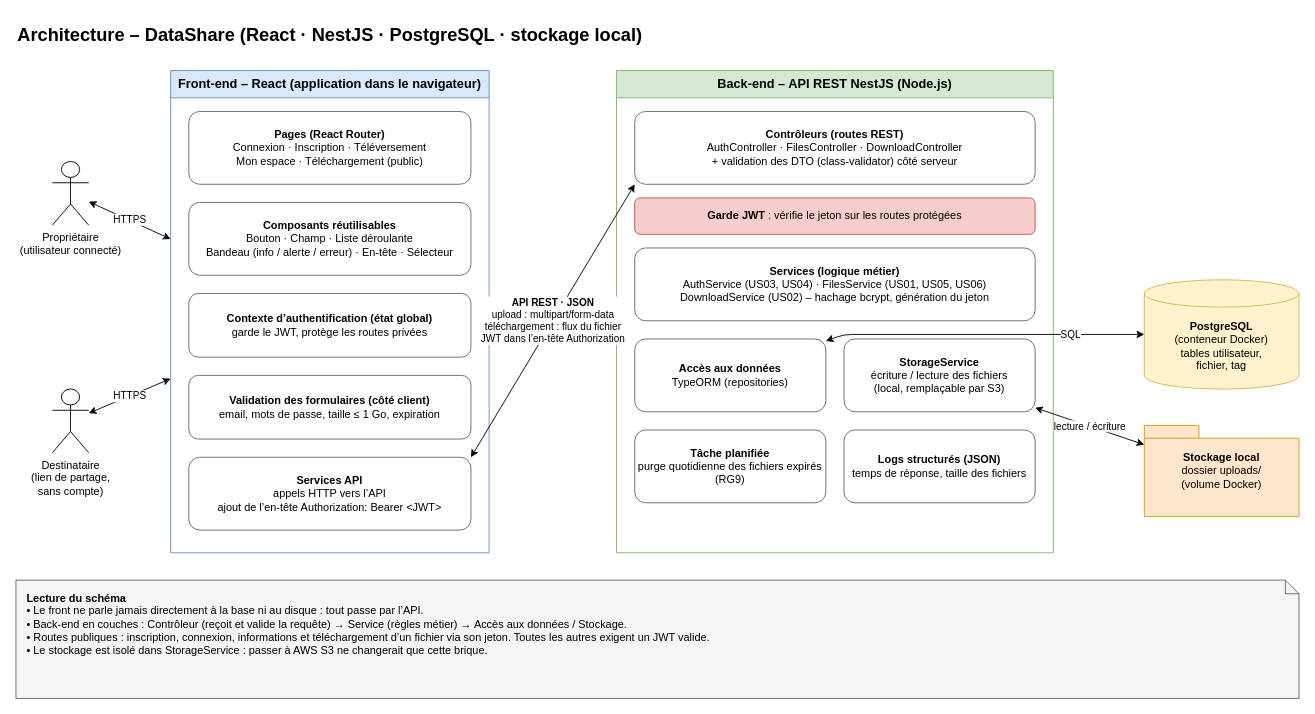
This is docs/conception/architecture-datashare.drawio from yohanbouchet/datashare, a draw.io file, before an edit. Source tidied: cells renumbered, new cells numbered last; positions are measured from the earlier drawing's top-left corner, leaving out a move shared by most shapes. Both pictures are drawn from the tidied source at 91%, with x=0, y=0 at pixel (15, 15).
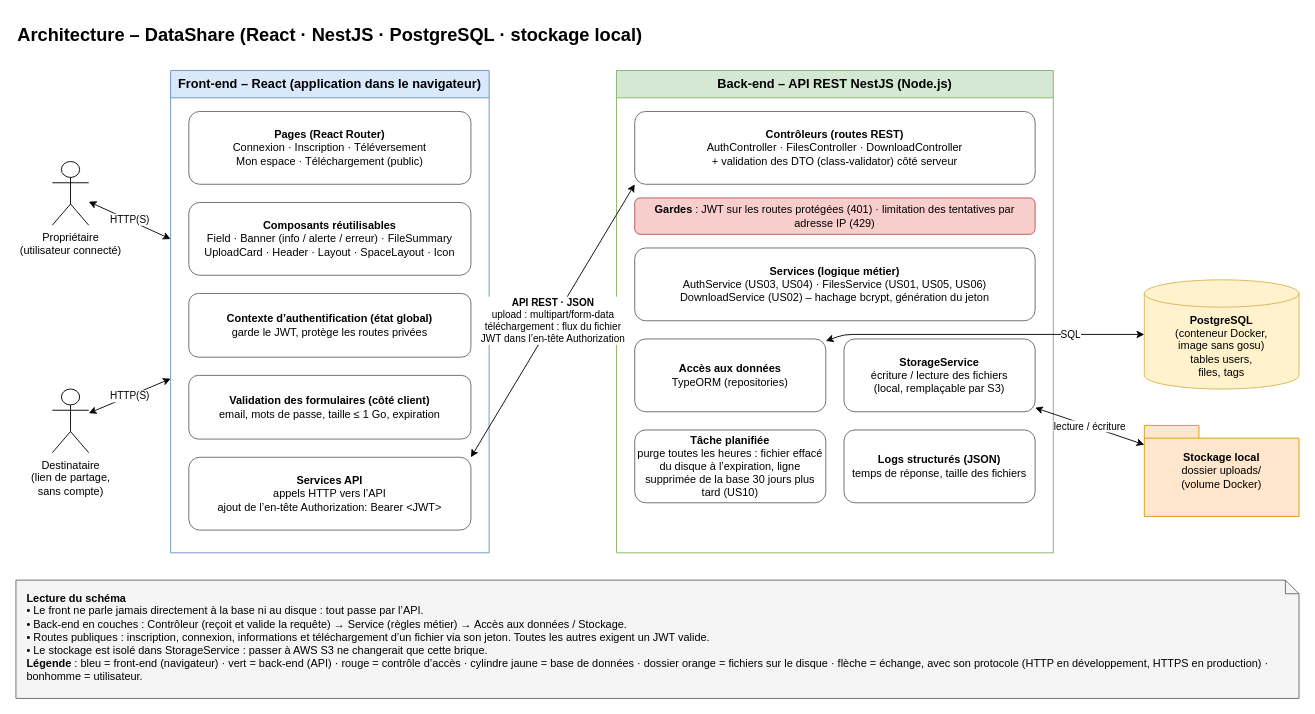
The same diagram, later.

Commit message (it also covers changes not shown here):
docs: technical documentation and refreshed architecture and data model diagrams

The change refers to these unchanged cells:
```xml
<mxCell id="3" value="Propriétaire&lt;br&gt;(utilisateur connecté)" style="shape=umlActor;verticalLabelPosition=bottom;verticalAlign=top;html=1;outlineConnect=0;" parent="1" vertex="1">
  <mxGeometry x="40" y="160" width="40" height="70" as="geometry" />
</mxCell>
<mxCell id="4" value="Destinataire&lt;br&gt;(lien de partage,&lt;br&gt;sans compte)" style="shape=umlActor;verticalLabelPosition=bottom;verticalAlign=top;html=1;outlineConnect=0;" parent="1" vertex="1">
  <mxGeometry x="40" y="410" width="40" height="70" as="geometry" />
</mxCell>
<mxCell id="5" value="Front-end – React (application dans le navigateur)" style="swimlane;whiteSpace=wrap;html=1;startSize=30;fillColor=#dae8fc;strokeColor=#6c8ebf;fontStyle=1;fontSize=14;" parent="1" vertex="1">
  <mxGeometry x="170" y="60" width="350" height="530" as="geometry" />
</mxCell>
<mxCell id="11" value="Back-end – API REST NestJS (Node.js)" style="swimlane;whiteSpace=wrap;html=1;startSize=30;fillColor=#d5e8d4;strokeColor=#82b366;fontStyle=1;fontSize=14;" parent="1" vertex="1">
  <mxGeometry x="660" y="60" width="480" height="530" as="geometry" />
</mxCell>
```

Change to the diagram source:
```diff
@@
-    <mxCell id="7" value="&lt;b&gt;Composants réutilisables&lt;/b&gt;&lt;br&gt;Bouton · Champ · Liste déroulante&lt;br&gt;Bandeau (info / alerte / erreur) · En-tête · Sélecteur" style="rounded=1;whiteSpace=wrap;html=1;fillColor=#ffffff;strokeColor=#666666;fontSize=12;" parent="5" vertex="1">
+    <mxCell id="7" value="&lt;b&gt;Composants réutilisables&lt;/b&gt;&lt;br&gt;Field · Banner (info / alerte / erreur) · FileSummary&lt;br&gt;UploadCard · Header · Layout · SpaceLayout · Icon" style="rounded=1;whiteSpace=wrap;html=1;fillColor=#ffffff;strokeColor=#666666;fontSize=12;" parent="5" vertex="1">
       <mxGeometry x="20" y="145" width="310" height="80" as="geometry" />
     </mxCell>
@@
-    <mxCell id="13" value="&lt;b&gt;Garde JWT&lt;/b&gt; : vérifie le jeton sur les routes protégées" style="rounded=1;whiteSpace=wrap;html=1;fillColor=#f8cecc;strokeColor=#b85450;fontSize=12;" parent="11" vertex="1">
+    <mxCell id="13" value="&lt;b&gt;Gardes&lt;/b&gt; : JWT sur les routes protégées (401) · limitation des tentatives par adresse IP (429)" style="rounded=1;whiteSpace=wrap;html=1;fillColor=#f8cecc;strokeColor=#b85450;fontSize=12;" parent="11" vertex="1">
       <mxGeometry x="20" y="140" width="440" height="40" as="geometry" />
     </mxCell>
@@
-    <mxCell id="17" value="&lt;b&gt;Tâche planifiée&lt;/b&gt;&lt;br&gt;purge quotidienne des fichiers expirés (RG9)" style="rounded=1;whiteSpace=wrap;html=1;fillColor=#ffffff;strokeColor=#666666;fontSize=12;" parent="11" vertex="1">
+    <mxCell id="17" value="&lt;b&gt;Tâche planifiée&lt;/b&gt;&lt;br&gt;purge toutes les heures : fichier effacé du disque à l’expiration, ligne supprimée de la base 30 jours plus tard (US10)" style="rounded=1;whiteSpace=wrap;html=1;fillColor=#ffffff;strokeColor=#666666;fontSize=12;" parent="11" vertex="1">
       <mxGeometry x="20" y="395" width="210" height="80" as="geometry" />
     </mxCell>
@@
-    <mxCell id="19" value="&lt;b&gt;PostgreSQL&lt;/b&gt;&lt;br&gt;(conteneur Docker)&lt;br&gt;tables utilisateur,&lt;br&gt;fichier, tag" style="shape=cylinder3;whiteSpace=wrap;html=1;boundedLbl=1;backgroundOutline=1;size=15;fillColor=#fff2cc;strokeColor=#d6b656;fontSize=12;" parent="1" vertex="1">
+    <mxCell id="19" value="&lt;b&gt;PostgreSQL&lt;/b&gt;&lt;br&gt;(conteneur Docker,&lt;br&gt;image sans gosu)&lt;br&gt;tables users,&lt;br&gt;files, tags" style="shape=cylinder3;whiteSpace=wrap;html=1;boundedLbl=1;backgroundOutline=1;size=15;fillColor=#fff2cc;strokeColor=#d6b656;fontSize=12;" parent="1" vertex="1">
       <mxGeometry x="1240" y="290" width="170" height="120" as="geometry" />
     </mxCell>
@@
-    <mxCell id="21" value="HTTPS" style="html=1;endArrow=classic;startArrow=classic;labelBackgroundColor=#ffffff;fontSize=11;" parent="1" edge="1" source="3" target="5">
+    <mxCell id="21" value="HTTP(S)" style="html=1;endArrow=classic;startArrow=classic;labelBackgroundColor=#ffffff;fontSize=11;" parent="1" edge="1" source="3" target="5">
       <mxGeometry relative="1" as="geometry" />
     </mxCell>
-    <mxCell id="22" value="HTTPS" style="html=1;endArrow=classic;startArrow=classic;labelBackgroundColor=#ffffff;fontSize=11;" parent="1" edge="1" source="4" target="5">
+    <mxCell id="22" value="HTTP(S)" style="html=1;endArrow=classic;startArrow=classic;labelBackgroundColor=#ffffff;fontSize=11;" parent="1" edge="1" source="4" target="5">
       <mxGeometry relative="1" as="geometry" />
     </mxCell>
@@
-    <mxCell id="26" value="&lt;b&gt;Lecture du schéma&lt;/b&gt;&lt;br&gt;• Le front ne parle jamais directement à la base ni au disque : tout passe par l’API.&lt;br&gt;• Back-end en couches : Contrôleur (reçoit et valide la requête) → Service (règles métier) → Accès aux données / Stockage.&lt;br&gt;• Routes publiques : inscription, connexion, informations et téléchargement d’un fichier via son jeton. Toutes les autres exigent un JWT valide.&lt;br&gt;• Le stockage est isolé dans StorageService : passer à AWS S3 ne changerait que cette brique." style="shape=note;whiteSpace=wrap;html=1;align=left;verticalAlign=top;spacingLeft=10;spacingTop=6;size=15;fillColor=#f5f5f5;strokeColor=#666666;" parent="1" vertex="1">
+    <mxCell id="26" value="&lt;b&gt;Lecture du schéma&lt;/b&gt;&lt;br&gt;• Le front ne parle jamais directement à la base ni au disque : tout passe par l’API.&lt;br&gt;• Back-end en couches : Contrôleur (reçoit et valide la requête) → Service (règles métier) → Accès aux données / Stockage.&lt;br&gt;• Routes publiques : inscription, connexion, informations et téléchargement d’un fichier via son jeton. Toutes les autres exigent un JWT valide.&lt;br&gt;• Le stockage est isolé dans StorageService : passer à AWS S3 ne changerait que cette brique.&lt;br&gt;&lt;b&gt;Légende&lt;/b&gt; : bleu = front-end (navigateur) · vert = back-end (API) · rouge = contrôle d’accès · cylindre jaune = base de données · dossier orange = fichiers sur le disque · flèche = échange, avec son protocole (HTTP en développement, HTTPS en production) · bonhomme = utilisateur." style="shape=note;whiteSpace=wrap;html=1;align=left;verticalAlign=top;spacingLeft=10;spacingTop=6;size=15;fillColor=#f5f5f5;strokeColor=#666666;" parent="1" vertex="1">
       <mxGeometry y="620" width="1410" height="130" as="geometry" />
     </mxCell>
```
